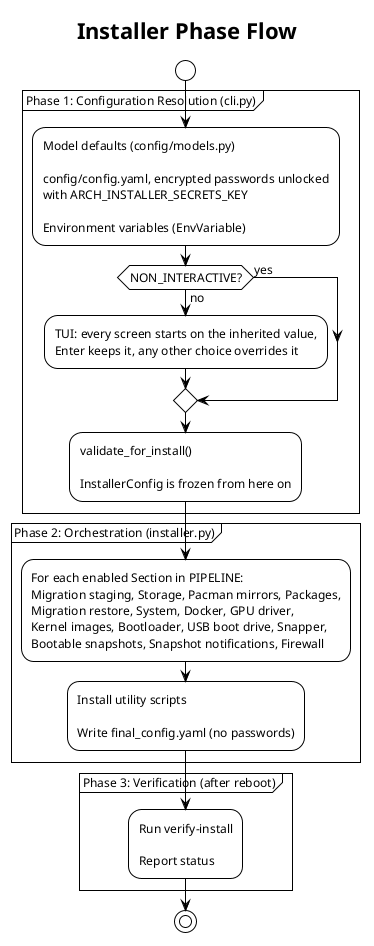
Earlier version of the PlantUML export docs/diagrams/installer-flow.png (kodoshi/arch_installer).
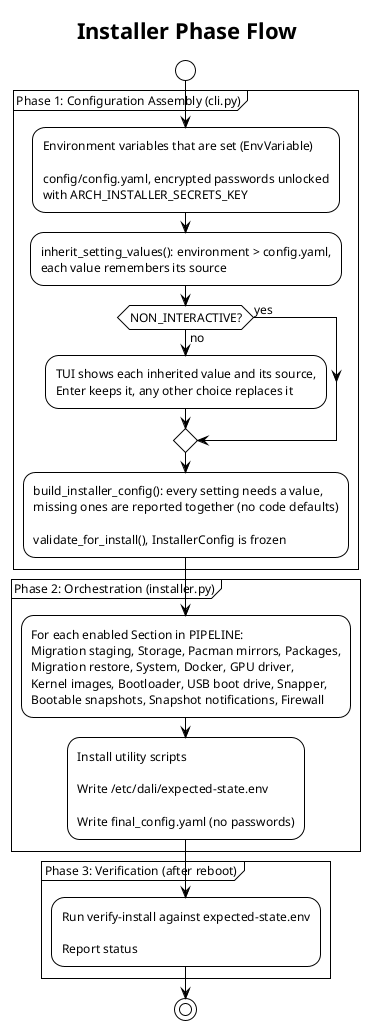
After the change.

Change to the diagram source:
```diff
@@ -6,22 +6,23 @@
 
 start
 
-partition "Phase 1: Configuration Resolution (cli.py)" {
-    :Model defaults (config/models.py)\n\nconfig/config.yaml, encrypted passwords unlocked\nwith ARCH_INSTALLER_SECRETS_KEY\n\nEnvironment variables (EnvVariable);
+partition "Phase 1: Configuration Assembly (cli.py)" {
+    :Environment variables that are set (EnvVariable)\n\nconfig/config.yaml, encrypted passwords unlocked\nwith ARCH_INSTALLER_SECRETS_KEY;
+    :inherit_setting_values(): environment > config.yaml,\neach value remembers its source;
     if (NON_INTERACTIVE?) then (no)
-        :TUI: every screen starts on the inherited value,\nEnter keeps it, any other choice overrides it;
+        :TUI shows each inherited value and its source,\nEnter keeps it, any other choice replaces it;
     else (yes)
     endif
-    :validate_for_install()\n\nInstallerConfig is frozen from here on;
+    :build_installer_config(): every setting needs a value,\nmissing ones are reported together (no code defaults)\n\nvalidate_for_install(), InstallerConfig is frozen;
 }
 
 partition "Phase 2: Orchestration (installer.py)" {
     :For each enabled Section in PIPELINE:\nMigration staging, Storage, Pacman mirrors, Packages,\nMigration restore, System, Docker, GPU driver,\nKernel images, Bootloader, USB boot drive, Snapper,\nBootable snapshots, Snapshot notifications, Firewall;
-    :Install utility scripts\n\nWrite final_config.yaml (no passwords);
+    :Install utility scripts\n\nWrite /etc/dali/expected-state.env\n\nWrite final_config.yaml (no passwords);
 }
 
 partition "Phase 3: Verification (after reboot)" {
-    :Run verify-install\n\nReport status;
+    :Run verify-install against expected-state.env\n\nReport status;
 }
 
 stop
```
